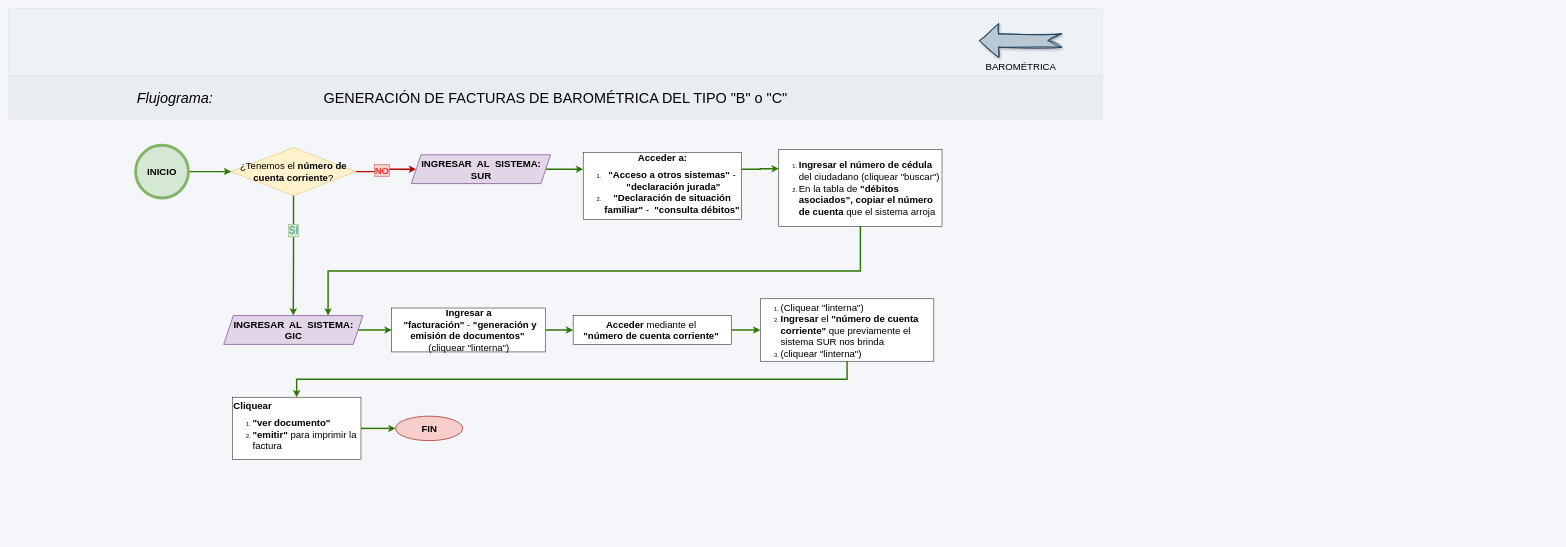
Above: page "Factura barométrica" (2 of 5) of BAROMETRICA/barometrica.drawio in adlc20/Manual_de_procedimientos_ccz9 (draw.io), before the change. Source tidied: cells renumbered, new cells numbered last; positions are measured from the earlier drawing's top-left corner, leaving out a move shared by most shapes. Both pictures are drawn from the tidied source at 48%, with x=0, y=0 at pixel (8, 8).
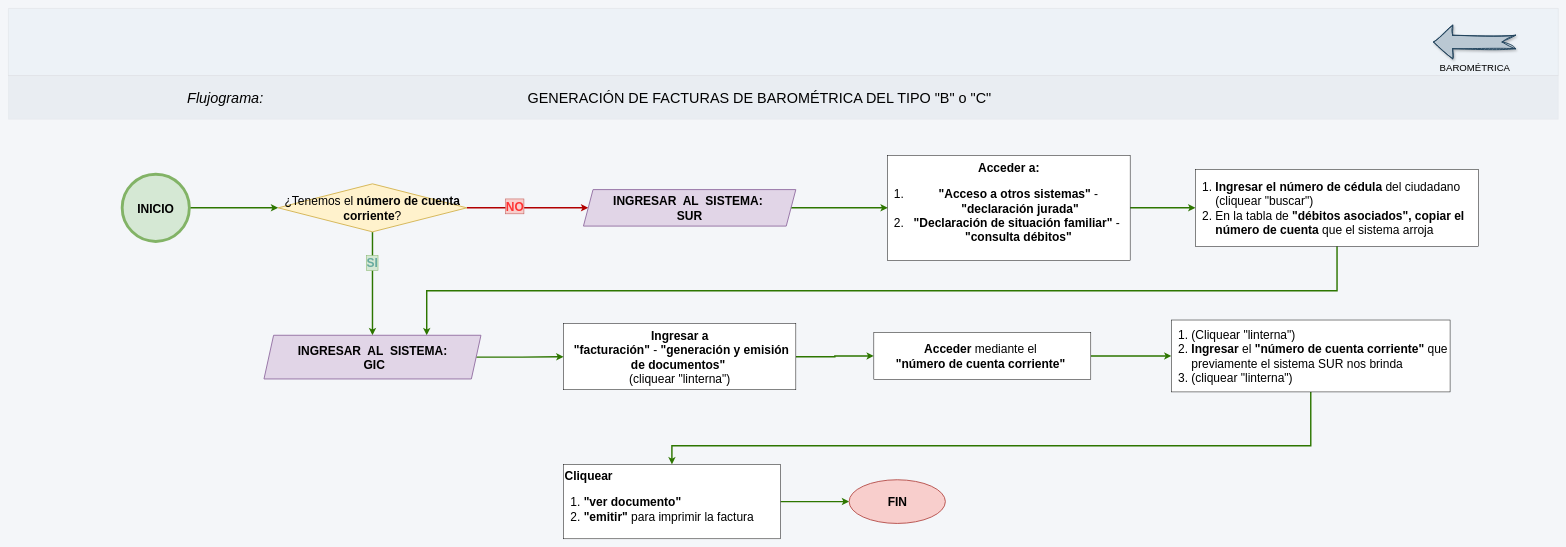
The same page after the edit.

What changed in the source:
```diff
@@
     <mxCell id="2" style="verticalLabelPosition=bottom;verticalAlign=middle;html=1;shape=mxgraph.basic.patternFillRect;step=5;fillStrokeWidth=0.2;fillStrokeColor=#dddddd;fillColor=#EDF2F7;strokeWidth=0;dashed=1;dashPattern=1 4;rounded=1;align=center;fontFamily=Helvetica;fontSize=12;fontColor=#2D3748;" parent="1" vertex="1">
-      <mxGeometry width="2280" height="140" as="geometry" />
+      <mxGeometry width="3229" height="140" as="geometry" />
     </mxCell>
     <mxCell id="3" style="verticalLabelPosition=bottom;verticalAlign=top;html=1;shape=mxgraph.basic.patternFillRect;fillStyle=auto;step=5;fillStrokeWidth=0.2;fillStrokeColor=#dddddd;fillColor=#E0E5EB;strokeWidth=0;strokeColor=default;opacity=50;fontColor=#ffffff;shadow=0;comic=0;align=center;fontFamily=Helvetica;fontSize=12;gradientColor=none;" parent="1" vertex="1">
-      <mxGeometry y="140" width="2280" height="91" as="geometry" />
+      <mxGeometry y="140" width="3229" height="91" as="geometry" />
     </mxCell>
     <mxCell id="4" value="&lt;i style=&quot;font-size: 30px;&quot;&gt;Flujograma:&lt;/i&gt;" style="text;html=1;whiteSpace=wrap;strokeColor=none;fillColor=none;align=center;verticalAlign=middle;rounded=0;" parent="1" vertex="1">
-      <mxGeometry x="162" y="170.5" width="370" height="30" as="geometry" />
+      <mxGeometry x="267" y="170.5" width="370" height="30" as="geometry" />
     </mxCell>
     <mxCell id="5" value="&lt;font style=&quot;font-size: 30px;&quot;&gt;GENERACIÓN DE FACTURAS DE BAROMÉTRICA DEL TIPO &quot;B&quot; o &quot;C&quot;&lt;/font&gt;" style="text;html=1;whiteSpace=wrap;strokeColor=none;fillColor=none;align=center;verticalAlign=middle;rounded=0;" parent="1" vertex="1">
-      <mxGeometry x="640" y="170.5" width="1000" height="30" as="geometry" />
+      <mxGeometry x="1065" y="170.5" width="1000" height="30" as="geometry" />
     </mxCell>
-    <mxCell id="6" style="edgeStyle=orthogonalEdgeStyle;rounded=0;jettySize=auto;html=1;exitX=1;exitY=0.5;exitDx=0;exitDy=0;entryX=0;entryY=0.5;entryDx=0;entryDy=0;fillColor=#60a917;strokeColor=#2D7600;strokeWidth=3;" parent="1" edge="1" source="7" target="9">
+    <mxCell id="6" style="edgeStyle=orthogonalEdgeStyle;rounded=0;jettySize=auto;html=1;exitX=1;exitY=0.5;exitDx=0;exitDy=0;entryX=0;entryY=0.5;entryDx=0;entryDy=0;fillColor=#60a917;strokeColor=#2D7600;strokeWidth=3;fontSize=25;" parent="1" edge="1" source="7" target="9">
       <mxGeometry relative="1" as="geometry" />
     </mxCell>
-    <mxCell id="7" value="&lt;font style=&quot;font-size: 20px;&quot;&gt;&lt;b&gt;Ingresar a&lt;/b&gt;&lt;/font&gt;&lt;div&gt;&lt;font style=&quot;font-size: 20px;&quot;&gt;&lt;b&gt;&amp;nbsp;&quot;facturación&quot;&lt;/b&gt; - &lt;b&gt;&quot;generación y emisión de documentos&quot;&amp;nbsp;&lt;/b&gt;&lt;/font&gt;&lt;/div&gt;&lt;div&gt;&lt;font style=&quot;font-size: 20px;&quot;&gt;(cliquear &quot;linterna&quot;)&lt;/font&gt;&lt;/div&gt;" style="rounded=0;whiteSpace=wrap;html=1;" parent="1" vertex="1">
-      <mxGeometry x="798.5" y="624.2" width="321" height="91.5" as="geometry" />
+    <mxCell id="7" value="&lt;font&gt;&lt;b&gt;Ingresar a&lt;/b&gt;&lt;/font&gt;&lt;div&gt;&lt;font&gt;&lt;b&gt;&amp;nbsp;&quot;facturación&quot;&lt;/b&gt; - &lt;b&gt;&quot;generación y emisión de documentos&quot;&amp;nbsp;&lt;/b&gt;&lt;/font&gt;&lt;/div&gt;&lt;div&gt;&lt;font&gt;(cliquear &quot;linterna&quot;)&lt;/font&gt;&lt;/div&gt;" style="rounded=0;whiteSpace=wrap;html=1;fontSize=25;" parent="1" vertex="1">
+      <mxGeometry x="1156.5" y="657" width="484" height="137.5" as="geometry" />
     </mxCell>
-    <mxCell id="8" style="edgeStyle=orthogonalEdgeStyle;rounded=0;jettySize=auto;html=1;strokeWidth=3;fillColor=#60a917;strokeColor=#2D7600;" parent="1" edge="1" source="9" target="11">
+    <mxCell id="8" style="edgeStyle=orthogonalEdgeStyle;rounded=0;jettySize=auto;html=1;strokeWidth=3;fillColor=#60a917;strokeColor=#2D7600;fontSize=25;" parent="1" edge="1" source="9" target="11">
       <mxGeometry relative="1" as="geometry" />
     </mxCell>
-    <mxCell id="9" value="&lt;font style=&quot;font-size: 20px;&quot;&gt;&lt;b&gt;Acceder&lt;/b&gt; mediante el&amp;nbsp;&lt;/font&gt;&lt;div&gt;&lt;font style=&quot;font-size: 20px;&quot;&gt;&lt;b&gt;&quot;número de cuenta corriente&quot;&lt;/b&gt;&amp;nbsp;&lt;/font&gt;&lt;/div&gt;" style="rounded=0;whiteSpace=wrap;html=1;" parent="1" vertex="1">
-      <mxGeometry x="1176.5" y="640" width="330" height="60" as="geometry" />
+    <mxCell id="9" value="&lt;font&gt;&lt;b&gt;Acceder&lt;/b&gt; mediante el&amp;nbsp;&lt;/font&gt;&lt;div&gt;&lt;font&gt;&lt;b&gt;&quot;número de cuenta corriente&quot;&lt;/b&gt;&amp;nbsp;&lt;/font&gt;&lt;/div&gt;" style="rounded=0;whiteSpace=wrap;html=1;fontSize=25;" parent="1" vertex="1">
+      <mxGeometry x="1803" y="675" width="452" height="98" as="geometry" />
     </mxCell>
-    <mxCell id="10" style="edgeStyle=orthogonalEdgeStyle;rounded=0;jettySize=auto;html=1;strokeWidth=3;fillColor=#60a917;strokeColor=#2D7600;exitX=0.5;exitY=1;exitDx=0;exitDy=0;" parent="1" edge="1" source="11" target="13">
-      <mxGeometry relative="1" as="geometry" />
+    <mxCell id="10" style="edgeStyle=orthogonalEdgeStyle;rounded=0;jettySize=auto;html=1;strokeWidth=3;fillColor=#60a917;strokeColor=#2D7600;exitX=0.5;exitY=1;exitDx=0;exitDy=0;fontSize=25;" parent="1" edge="1" source="11" target="13">
+      <mxGeometry relative="1" as="geometry">
+        <Array as="points">
+          <mxPoint x="2713.3" y="911" />
+          <mxPoint x="1382.3" y="911" />
+        </Array>
+      </mxGeometry>
     </mxCell>
-    <mxCell id="11" value="&lt;ol&gt;&lt;li&gt;&lt;font style=&quot;font-size: 20px;&quot;&gt;(Cliquear &quot;linterna&quot;)&amp;nbsp;&lt;/font&gt;&lt;/li&gt;&lt;li&gt;&lt;font style=&quot;font-size: 20px;&quot;&gt;&lt;b&gt;Ingresar&lt;/b&gt; el &lt;b&gt;&quot;número de cuenta corriente&quot;&lt;/b&gt; que previamente el sistema SUR nos brinda&amp;nbsp;&lt;/font&gt;&lt;/li&gt;&lt;li&gt;&lt;font style=&quot;font-size: 20px;&quot;&gt;(cliquear &quot;linterna&quot;)&lt;/font&gt;&lt;/li&gt;&lt;/ol&gt;" style="rounded=0;whiteSpace=wrap;html=1;align=left;" parent="1" vertex="1">
-      <mxGeometry x="1566.5" y="605" width="361.5" height="130" as="geometry" />
+    <mxCell id="11" value="&lt;ol&gt;&lt;li&gt;&lt;font&gt;(Cliquear &quot;linterna&quot;)&amp;nbsp;&lt;/font&gt;&lt;/li&gt;&lt;li&gt;&lt;font&gt;&lt;b&gt;Ingresar&lt;/b&gt; el &lt;b&gt;&quot;número de cuenta corriente&quot;&lt;/b&gt; que previamente el sistema SUR nos brinda&amp;nbsp;&lt;/font&gt;&lt;/li&gt;&lt;li&gt;&lt;font&gt;(cliquear &quot;linterna&quot;)&lt;/font&gt;&lt;/li&gt;&lt;/ol&gt;" style="rounded=0;whiteSpace=wrap;html=1;align=left;fontSize=25;" parent="1" vertex="1">
+      <mxGeometry x="2423" y="649.2" width="580.5" height="149.8" as="geometry" />
     </mxCell>
-    <mxCell id="12" style="edgeStyle=orthogonalEdgeStyle;rounded=0;jettySize=auto;html=1;exitX=1;exitY=0.5;exitDx=0;exitDy=0;entryX=0;entryY=0.5;entryDx=0;entryDy=0;strokeWidth=3;fillColor=#60a917;strokeColor=#2D7600;" parent="1" edge="1" source="13" target="21">
+    <mxCell id="12" style="edgeStyle=orthogonalEdgeStyle;rounded=0;jettySize=auto;html=1;exitX=1;exitY=0.5;exitDx=0;exitDy=0;entryX=0;entryY=0.5;entryDx=0;entryDy=0;strokeWidth=3;fillColor=#60a917;strokeColor=#2D7600;fontSize=25;" parent="1" edge="1" source="13" target="21">
       <mxGeometry relative="1" as="geometry" />
     </mxCell>
-    <mxCell id="13" value="&lt;font style=&quot;font-size: 20px;&quot;&gt;&lt;b&gt;Cliquear&amp;nbsp;&lt;/b&gt;&lt;/font&gt;&lt;div&gt;&lt;ol&gt;&lt;li&gt;&lt;span style=&quot;font-size: 20px; background-color: transparent; color: light-dark(rgb(0, 0, 0), rgb(255, 255, 255));&quot;&gt;&lt;b&gt;&quot;ver documento&quot;&lt;/b&gt;&amp;nbsp; &amp;nbsp;&lt;/span&gt;&lt;/li&gt;&lt;li&gt;&lt;span style=&quot;font-size: 20px; background-color: transparent; color: light-dark(rgb(0, 0, 0), rgb(255, 255, 255));&quot;&gt;&lt;b&gt;&quot;emitir&quot;&lt;/b&gt; para imprimir la factura&lt;/span&gt;&lt;/li&gt;&lt;/ol&gt;&lt;/div&gt;" style="rounded=0;whiteSpace=wrap;html=1;align=left;" parent="1" vertex="1">
-      <mxGeometry x="466.5" y="810" width="268" height="130" as="geometry" />
+    <mxCell id="13" value="&lt;font&gt;&lt;b&gt;Cliquear&amp;nbsp;&lt;/b&gt;&lt;/font&gt;&lt;div&gt;&lt;ol&gt;&lt;li&gt;&lt;span style=&quot;background-color: transparent; color: light-dark(rgb(0, 0, 0), rgb(255, 255, 255));&quot;&gt;&lt;b&gt;&quot;ver documento&quot;&lt;/b&gt;&amp;nbsp; &amp;nbsp;&lt;/span&gt;&lt;/li&gt;&lt;li&gt;&lt;span style=&quot;background-color: transparent; color: light-dark(rgb(0, 0, 0), rgb(255, 255, 255));&quot;&gt;&lt;b&gt;&quot;emitir&quot;&lt;/b&gt; para imprimir la factura&lt;/span&gt;&lt;/li&gt;&lt;/ol&gt;&lt;/div&gt;" style="rounded=0;whiteSpace=wrap;html=1;align=left;fontSize=25;" parent="1" vertex="1">
+      <mxGeometry x="1156.5" y="950" width="452" height="155" as="geometry" />
     </mxCell>
-    <mxCell id="14" style="edgeStyle=orthogonalEdgeStyle;rounded=0;jettySize=auto;html=1;exitX=0.5;exitY=1;exitDx=0;exitDy=0;entryX=0.5;entryY=0;entryDx=0;entryDy=0;fillColor=#60a917;strokeColor=#2D7600;strokeWidth=3;" parent="1" edge="1" source="18" target="27">
+    <mxCell id="14" style="edgeStyle=orthogonalEdgeStyle;rounded=0;jettySize=auto;html=1;exitX=0.5;exitY=1;exitDx=0;exitDy=0;entryX=0.5;entryY=0;entryDx=0;entryDy=0;fillColor=#60a917;strokeColor=#2D7600;strokeWidth=3;fontSize=25;" parent="1" edge="1" source="18" target="27">
       <mxGeometry relative="1" as="geometry" />
     </mxCell>
-    <mxCell id="15" value="&lt;font style=&quot;color: rgb(103, 171, 159);&quot;&gt;SI&lt;/font&gt;" style="edgeLabel;html=1;align=center;verticalAlign=middle;fontSize=21;labelBackgroundColor=#d5e8d4;labelBorderColor=#82b366;fontStyle=1;" parent="14" vertex="1">
+    <mxCell id="15" value="&lt;font style=&quot;color: rgb(103, 171, 159);&quot;&gt;SI&lt;/font&gt;" style="edgeLabel;html=1;align=center;verticalAlign=middle;fontSize=25;labelBackgroundColor=#d5e8d4;labelBorderColor=#82b366;fontStyle=1;" parent="14" vertex="1">
       <mxGeometry x="-0.57" y="5" relative="1" as="geometry">
         <mxPoint x="-6" y="18" as="offset" />
       </mxGeometry>
     </mxCell>
-    <mxCell id="16" style="edgeStyle=orthogonalEdgeStyle;rounded=0;jettySize=auto;html=1;exitX=1;exitY=0.5;exitDx=0;exitDy=0;entryX=0;entryY=0.5;entryDx=0;entryDy=0;fillColor=#e51400;strokeColor=#B20000;strokeWidth=3;" parent="1" edge="1" source="18" target="25">
+    <mxCell id="16" style="edgeStyle=orthogonalEdgeStyle;rounded=0;jettySize=auto;html=1;exitX=1;exitY=0.5;exitDx=0;exitDy=0;entryX=0;entryY=0.5;entryDx=0;entryDy=0;fillColor=#e51400;strokeColor=#B20000;strokeWidth=3;fontSize=25;" parent="1" edge="1" source="18" target="25">
       <mxGeometry relative="1" as="geometry" />
     </mxCell>
-    <mxCell id="17" value="&lt;font style=&quot;color: rgb(255, 51, 51);&quot;&gt;NO&lt;/font&gt;" style="edgeLabel;html=1;align=center;verticalAlign=middle;fontSize=20;fontStyle=1;labelBackgroundColor=#f8cecc;labelBorderColor=#b85450;" parent="16" vertex="1">
+    <mxCell id="17" value="&lt;font style=&quot;color: rgb(255, 51, 51);&quot;&gt;NO&lt;/font&gt;" style="edgeLabel;html=1;align=center;verticalAlign=middle;fontSize=25;fontStyle=1;labelBackgroundColor=#f8cecc;labelBorderColor=#b85450;" parent="16" vertex="1">
       <mxGeometry x="-0.24" y="4" relative="1" as="geometry">
         <mxPoint x="3" as="offset" />
       </mxGeometry>
     </mxCell>
-    <mxCell id="18" value="&lt;font style=&quot;font-size: 20px;&quot;&gt;¿Tenemos el &lt;b&gt;número de cuenta corriente&lt;/b&gt;?&lt;/font&gt;" style="rhombus;whiteSpace=wrap;html=1;fillColor=#fff2cc;strokeColor=#d6b656;" parent="1" vertex="1">
-      <mxGeometry x="464" y="290" width="260" height="100" as="geometry" />
+    <mxCell id="18" value="&lt;font&gt;¿Tenemos el &lt;b&gt;número de cuenta corriente&lt;/b&gt;?&lt;/font&gt;" style="rhombus;whiteSpace=wrap;html=1;fillColor=#fff2cc;strokeColor=#d6b656;fontSize=25;strokeWidth=2;" parent="1" vertex="1">
+      <mxGeometry x="562" y="365.5" width="393" height="100" as="geometry" />
     </mxCell>
-    <mxCell id="19" style="edgeStyle=orthogonalEdgeStyle;rounded=0;jettySize=auto;html=1;exitX=0.5;exitY=1;exitDx=0;exitDy=0;entryX=0.75;entryY=0;entryDx=0;entryDy=0;fillColor=#60a917;strokeColor=#2D7600;strokeWidth=3;" parent="1" edge="1" source="20" target="27">
+    <mxCell id="19" style="edgeStyle=orthogonalEdgeStyle;rounded=0;jettySize=auto;html=1;exitX=0.5;exitY=1;exitDx=0;exitDy=0;entryX=0.75;entryY=0;entryDx=0;entryDy=0;fillColor=#60a917;strokeColor=#2D7600;strokeWidth=3;fontSize=25;" parent="1" edge="1" source="20" target="27">
       <mxGeometry relative="1" as="geometry" />
     </mxCell>
-    <mxCell id="20" value="&lt;ol&gt;&lt;li&gt;&lt;font style=&quot;font-size: 20px;&quot;&gt;&lt;b&gt;Ingresar el número de cédula&lt;/b&gt; del ciudadano (cliquear &quot;buscar&quot;)&lt;/font&gt;&lt;/li&gt;&lt;li&gt;&lt;span style=&quot;font-size: 20px;&quot;&gt;En la tabla de&lt;b&gt; &quot;débitos asociados&quot;, copiar el número de cuenta&lt;/b&gt; que el sistema arroja&amp;nbsp;&amp;nbsp;&lt;/span&gt;&lt;/li&gt;&lt;/ol&gt;" style="rounded=0;whiteSpace=wrap;html=1;align=left;" parent="1" vertex="1">
-      <mxGeometry x="1605" y="294" width="340" height="160" as="geometry" />
+    <mxCell id="20" value="&lt;ol&gt;&lt;li&gt;&lt;font&gt;&lt;b&gt;Ingresar el número de cédula&lt;/b&gt; del ciudadano (cliquear &quot;buscar&quot;)&lt;/font&gt;&lt;/li&gt;&lt;li&gt;&lt;span&gt;En la tabla de&lt;b&gt; &quot;débitos asociados&quot;, copiar el número de cuenta&lt;/b&gt; que el sistema arroja&amp;nbsp;&amp;nbsp;&lt;/span&gt;&lt;/li&gt;&lt;/ol&gt;" style="rounded=0;whiteSpace=wrap;html=1;align=left;fontSize=25;" parent="1" vertex="1">
+      <mxGeometry x="2473" y="335.5" width="590" height="160" as="geometry" />
     </mxCell>
-    <mxCell id="21" value="&lt;font style=&quot;font-size: 20px;&quot;&gt;&lt;b&gt;FIN&lt;/b&gt;&lt;/font&gt;" style="ellipse;whiteSpace=wrap;html=1;fillColor=#f8cecc;strokeColor=#b85450;strokeWidth=2;" parent="1" vertex="1">
-      <mxGeometry x="806.5" y="849.5" width="140" height="51" as="geometry" />
+    <mxCell id="21" value="&lt;font&gt;&lt;b&gt;FIN&lt;/b&gt;&lt;/font&gt;" style="ellipse;whiteSpace=wrap;html=1;fillColor=#f8cecc;strokeColor=#b85450;strokeWidth=2;fontSize=25;" parent="1" vertex="1">
+      <mxGeometry x="1751.5" y="982" width="200.5" height="91" as="geometry" />
     </mxCell>
-    <mxCell id="22" style="edgeStyle=orthogonalEdgeStyle;rounded=0;jettySize=auto;html=1;exitX=1;exitY=0.25;exitDx=0;exitDy=0;entryX=0;entryY=0.25;entryDx=0;entryDy=0;fillColor=#60a917;strokeColor=#2D7600;strokeWidth=3;" parent="1" edge="1" source="23" target="20">
+    <mxCell id="22" style="edgeStyle=orthogonalEdgeStyle;rounded=0;jettySize=auto;html=1;exitX=1;exitY=0.5;exitDx=0;exitDy=0;entryX=0;entryY=0.5;entryDx=0;entryDy=0;fillColor=#60a917;strokeColor=#2D7600;strokeWidth=3;fontSize=25;" parent="1" edge="1" source="23" target="20">
       <mxGeometry relative="1" as="geometry" />
     </mxCell>
-    <mxCell id="23" value="&lt;div&gt;&lt;span style=&quot;font-size: 20px;&quot;&gt;&lt;br&gt;&lt;/span&gt;&lt;/div&gt;&lt;span style=&quot;font-size: 20px;&quot;&gt;&lt;b&gt;Acceder a:&lt;/b&gt;&lt;/span&gt;&lt;div&gt;&lt;ol&gt;&lt;li&gt;&lt;span style=&quot;font-size: 20px;&quot;&gt;&lt;b&gt;&quot;Acceso a otros sistemas&quot;&lt;/b&gt; -&lt;/span&gt;&lt;font style=&quot;font-size: 20px;&quot;&gt;&amp;nbsp;&lt;b&gt;&quot;declaración jurada&quot;&lt;/b&gt;&lt;/font&gt;&lt;/li&gt;&lt;li&gt;&lt;span style=&quot;font-size: 20px;&quot;&gt;&lt;b&gt;&quot;Declaración de situación familiar&quot;&lt;/b&gt; -&amp;nbsp;&lt;b&gt; &quot;consulta débitos&quot;&lt;/b&gt;&lt;/span&gt;&lt;/li&gt;&lt;/ol&gt;&lt;/div&gt;&lt;div&gt;&lt;span style=&quot;font-size: 20px;&quot;&gt;&lt;br&gt;&lt;/span&gt;&lt;/div&gt;" style="rounded=0;whiteSpace=wrap;html=1;" parent="1" vertex="1">
-      <mxGeometry x="1197.5" y="300" width="330" height="140" as="geometry" />
+    <mxCell id="23" value="&lt;div&gt;&lt;span&gt;&lt;br&gt;&lt;/span&gt;&lt;/div&gt;&lt;span&gt;&lt;b&gt;Acceder a:&lt;/b&gt;&lt;/span&gt;&lt;div&gt;&lt;ol&gt;&lt;li&gt;&lt;span&gt;&lt;b&gt;&quot;Acceso a otros sistemas&quot;&lt;/b&gt; -&lt;/span&gt;&lt;font&gt;&amp;nbsp;&lt;b&gt;&quot;declaración jurada&quot;&lt;/b&gt;&lt;/font&gt;&lt;/li&gt;&lt;li&gt;&lt;span&gt;&lt;b&gt;&quot;Declaración de situación familiar&quot;&lt;/b&gt; -&amp;nbsp;&lt;b&gt; &quot;consulta débitos&quot;&lt;/b&gt;&lt;/span&gt;&lt;/li&gt;&lt;/ol&gt;&lt;/div&gt;&lt;div&gt;&lt;span&gt;&lt;br&gt;&lt;/span&gt;&lt;/div&gt;" style="rounded=0;whiteSpace=wrap;html=1;fontSize=25;" parent="1" vertex="1">
+      <mxGeometry x="1832" y="306" width="505" height="219" as="geometry" />
     </mxCell>
-    <mxCell id="24" style="edgeStyle=orthogonalEdgeStyle;rounded=0;jettySize=auto;html=1;exitX=1;exitY=0.5;exitDx=0;exitDy=0;entryX=0;entryY=0.25;entryDx=0;entryDy=0;fillColor=#60a917;strokeColor=#2D7600;strokeWidth=3;" parent="1" edge="1" source="25" target="23">
+    <mxCell id="24" style="edgeStyle=orthogonalEdgeStyle;rounded=0;jettySize=auto;html=1;exitX=1;exitY=0.5;exitDx=0;exitDy=0;fillColor=#60a917;strokeColor=#2D7600;strokeWidth=3;fontSize=25;" parent="1" edge="1" source="25" target="23">
       <mxGeometry relative="1" as="geometry" />
     </mxCell>
-    <mxCell id="25" value="&lt;font style=&quot;font-size: 20px;&quot;&gt;&lt;b&gt;INGRESAR&amp;nbsp; AL&amp;nbsp; SISTEMA: SUR&lt;/b&gt;&lt;/font&gt;" style="shape=parallelogram;perimeter=parallelogramPerimeter;whiteSpace=wrap;html=1;fixedSize=1;fillColor=#e1d5e7;strokeColor=#9673a6;strokeWidth=2;" parent="1" vertex="1">
-      <mxGeometry x="839.5" y="305" width="290" height="60" as="geometry" />
+    <mxCell id="25" value="&lt;font&gt;&lt;b&gt;INGRESAR&amp;nbsp; AL&amp;nbsp; SISTEMA:&amp;nbsp;&lt;/b&gt;&lt;/font&gt;&lt;div&gt;&lt;font&gt;&lt;b&gt;SUR&lt;/b&gt;&lt;/font&gt;&lt;/div&gt;" style="shape=parallelogram;perimeter=parallelogramPerimeter;whiteSpace=wrap;html=1;fixedSize=1;fillColor=#e1d5e7;strokeColor=#9673a6;strokeWidth=2;fontSize=25;" parent="1" vertex="1">
+      <mxGeometry x="1198" y="377.5" width="442.5" height="76" as="geometry" />
     </mxCell>
-    <mxCell id="26" style="edgeStyle=orthogonalEdgeStyle;rounded=0;jettySize=auto;html=1;exitX=1;exitY=0.5;exitDx=0;exitDy=0;fillColor=#60a917;strokeColor=#2D7600;strokeWidth=3;" parent="1" edge="1" source="27" target="7">
+    <mxCell id="26" style="edgeStyle=orthogonalEdgeStyle;rounded=0;jettySize=auto;html=1;exitX=1;exitY=0.5;exitDx=0;exitDy=0;fillColor=#60a917;strokeColor=#2D7600;strokeWidth=3;fontSize=25;" parent="1" edge="1" source="27" target="7">
       <mxGeometry relative="1" as="geometry" />
     </mxCell>
-    <mxCell id="27" value="&lt;font style=&quot;font-size: 20px;&quot;&gt;&lt;b&gt;INGRESAR&amp;nbsp; AL&amp;nbsp; SISTEMA: GIC&lt;/b&gt;&lt;/font&gt;" style="shape=parallelogram;perimeter=parallelogramPerimeter;whiteSpace=wrap;html=1;fixedSize=1;fillColor=#e1d5e7;strokeColor=#9673a6;strokeWidth=2;" parent="1" vertex="1">
-      <mxGeometry x="448.5" y="640" width="290" height="60" as="geometry" />
+    <mxCell id="27" value="&lt;font&gt;&lt;b&gt;INGRESAR&amp;nbsp; AL&amp;nbsp; SISTEMA:&lt;/b&gt;&lt;/font&gt;&lt;div&gt;&lt;font&gt;&lt;b&gt;&amp;nbsp;GIC&lt;/b&gt;&lt;/font&gt;&lt;/div&gt;" style="shape=parallelogram;perimeter=parallelogramPerimeter;whiteSpace=wrap;html=1;fixedSize=1;fillColor=#e1d5e7;strokeColor=#9673a6;strokeWidth=2;fontSize=25;" parent="1" vertex="1">
+      <mxGeometry x="532.5" y="681" width="452" height="91" as="geometry" />
     </mxCell>
-    <mxCell id="28" style="edgeStyle=orthogonalEdgeStyle;rounded=0;jettySize=auto;html=1;exitX=1;exitY=0.5;exitDx=0;exitDy=0;fillColor=#60a917;strokeColor=#2D7600;strokeWidth=3;" parent="1" edge="1" source="29" target="18">
+    <mxCell id="28" style="edgeStyle=orthogonalEdgeStyle;rounded=0;jettySize=auto;html=1;exitX=1;exitY=0.5;exitDx=0;exitDy=0;fillColor=#60a917;strokeColor=#2D7600;strokeWidth=3;fontSize=25;" parent="1" edge="1" source="29" target="18">
       <mxGeometry relative="1" as="geometry" />
     </mxCell>
-    <mxCell id="29" value="&lt;font style=&quot;font-size: 20px;&quot;&gt;&lt;b&gt;INICIO&lt;/b&gt;&lt;/font&gt;" style="ellipse;whiteSpace=wrap;html=1;fillColor=#D5E8D4;strokeColor=#82b366;strokeWidth=6;gradientColor=none;" parent="1" vertex="1">
-      <mxGeometry x="265" y="285" width="110" height="110" as="geometry" />
+    <mxCell id="29" value="&lt;font&gt;&lt;b&gt;INICIO&lt;/b&gt;&lt;/font&gt;" style="ellipse;whiteSpace=wrap;html=1;fillColor=#D5E8D4;strokeColor=#82b366;strokeWidth=6;gradientColor=none;fontSize=25;" parent="1" vertex="1">
+      <mxGeometry x="237" y="345.5" width="140" height="140" as="geometry" />
     </mxCell>
     <mxCell id="30" value="&lt;font style=&quot;font-size: 20px;&quot;&gt;BAROMÉTRICA&lt;/font&gt;" style="verticalLabelPosition=bottom;verticalAlign=top;html=1;strokeWidth=2;shape=mxgraph.arrows2.arrow;dy=0.6;dx=40;notch=28;direction=west;fillColor=#bac8d3;strokeColor=#23445d;fillStyle=solid;shadow=1;sketch=1;curveFitting=1;jiggle=2;" parent="1" vertex="1">
-      <mxGeometry x="2023" y="32" width="171" height="70" as="geometry" />
+      <mxGeometry x="2969" y="35" width="171" height="70" as="geometry" />
     </mxCell>
```
